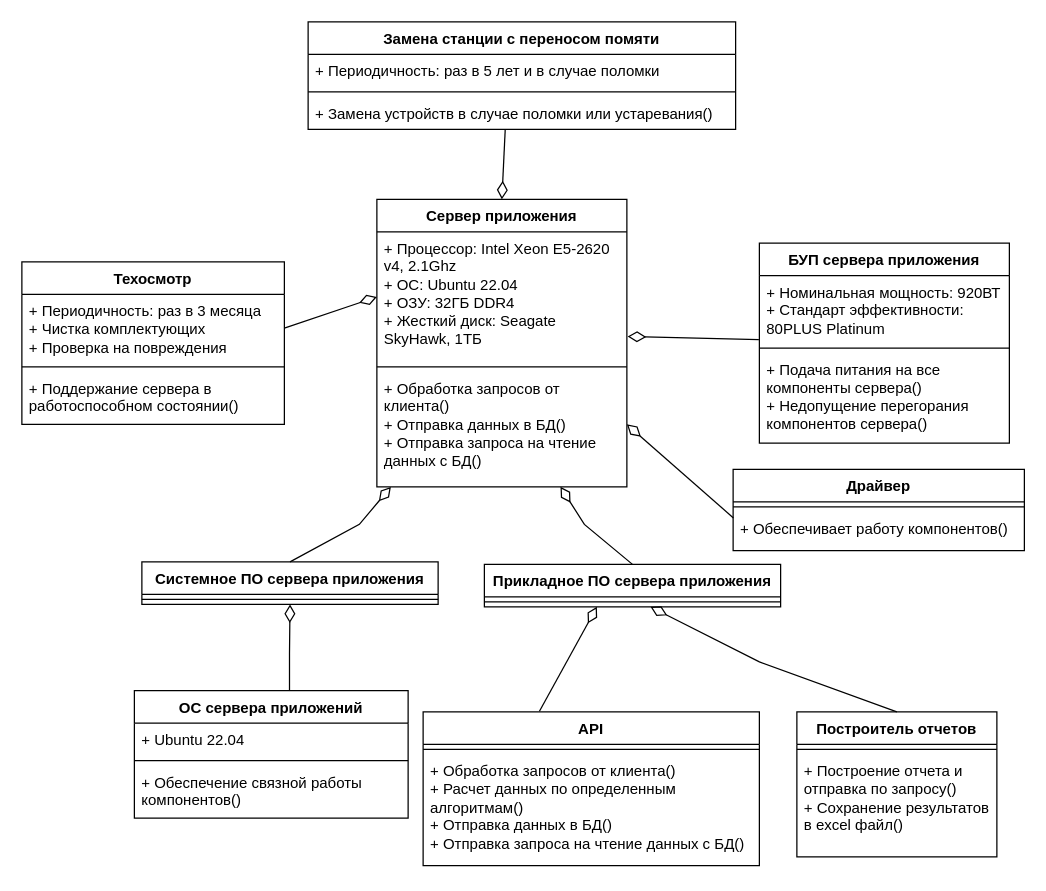
Before: Определение модели НООП "Сервер приложения".drawio in hiff0/db-city-council, a draw.io diagram. Source tidied: cells renumbered, new cells numbered last; positions are measured from the earlier drawing's top-left corner, leaving out a move shared by most shapes. Both pictures are drawn from the tidied source at 125%, with x=0, y=0 at pixel (21, 21).
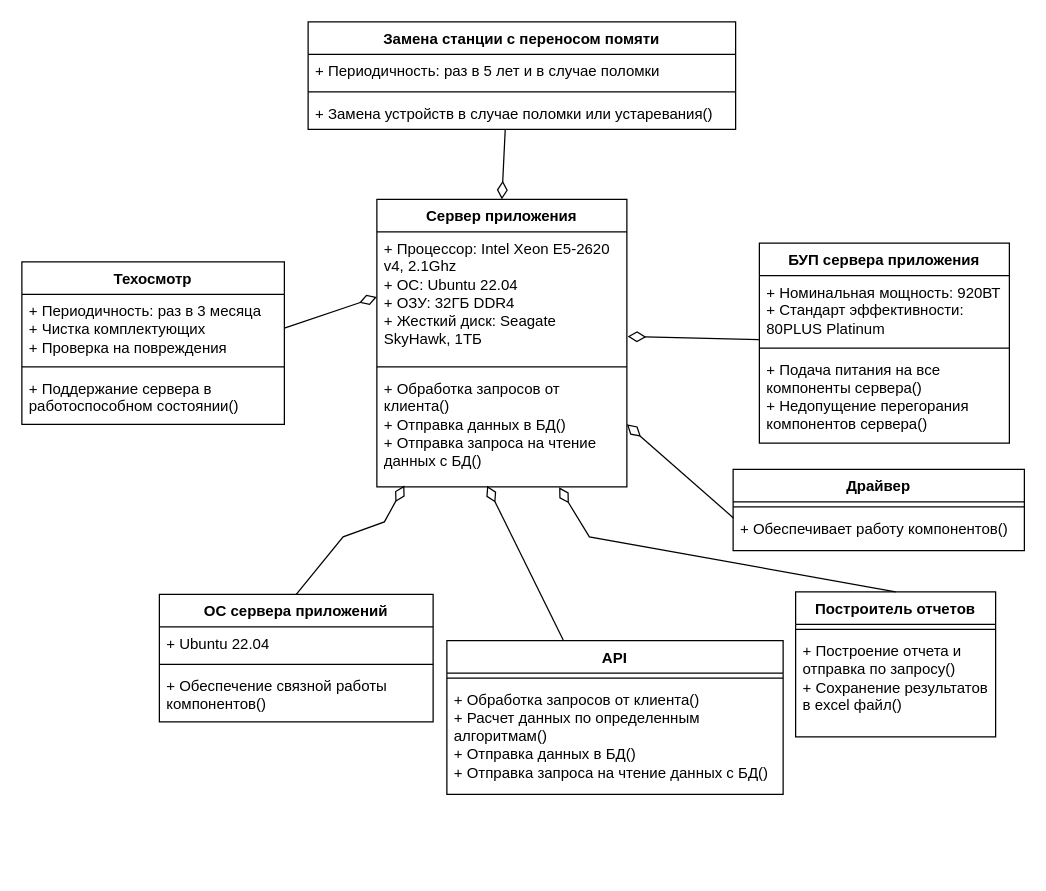
After the change.

The change refers to these unchanged cells:
```xml
<mxCell id="5" value="+ Обработка запросов от клиента()&lt;div&gt;+ Отправка данных в БД()&lt;/div&gt;&lt;div&gt;+ Отправка запроса на чтение данных с БД()&lt;/div&gt;" style="text;strokeColor=none;fillColor=none;align=left;verticalAlign=top;spacingLeft=4;spacingRight=4;overflow=hidden;points=[[0,0.5],[1,0.5]];portConstraint=eastwest;whiteSpace=wrap;html=1;" parent="2" vertex="1">
  <mxGeometry y="138" width="200" height="92" as="geometry" />
</mxCell>
```

Diff of the diagram source:
```diff
@@
-    <mxCell id="6" value="Системное ПО сервера приложения" style="swimlane;fontStyle=1;align=center;verticalAlign=top;horizontal=1;startSize=26;whiteSpace=wrap;html=1;" parent="1" vertex="1">
-      <mxGeometry x="96" y="432" width="237" height="34" as="geometry" />
-    </mxCell>
-    <mxCell id="7" style="line;strokeWidth=1;fillColor=none;align=left;verticalAlign=middle;spacingTop=-1;spacingLeft=3;spacingRight=3;labelPosition=right;strokeColor=inherit;" parent="6" vertex="1">
-      <mxGeometry y="26" width="237" height="8" as="geometry" />
-    </mxCell>
-    <mxCell id="8" value="Прикладное ПО сервера приложения" style="swimlane;fontStyle=1;align=center;verticalAlign=top;horizontal=1;startSize=26;whiteSpace=wrap;html=1;" parent="1" vertex="1">
-      <mxGeometry x="370" y="434" width="237" height="34" as="geometry" />
-    </mxCell>
-    <mxCell id="9" style="line;strokeWidth=1;fillColor=none;align=left;verticalAlign=middle;spacingTop=-1;spacingLeft=3;spacingRight=3;labelPosition=right;strokeColor=inherit;" parent="8" vertex="1">
-      <mxGeometry y="26" width="237" height="8" as="geometry" />
-    </mxCell>
     <mxCell id="10" value="ОС сервера приложений" style="swimlane;fontStyle=1;align=center;verticalAlign=top;horizontal=1;startSize=26;whiteSpace=wrap;html=1;" parent="1" vertex="1">
-      <mxGeometry x="90" y="535" width="219" height="102" as="geometry" />
+      <mxGeometry x="110" y="458" width="219" height="102" as="geometry" />
     </mxCell>
@@
     <mxCell id="14" value="API" style="swimlane;fontStyle=1;align=center;verticalAlign=top;horizontal=1;startSize=26;whiteSpace=wrap;html=1;" parent="1" vertex="1">
-      <mxGeometry x="321" y="552" width="269" height="123" as="geometry" />
+      <mxGeometry x="340" y="495" width="269" height="123" as="geometry" />
     </mxCell>
@@
-    <mxCell id="17" style="endArrow=diamondThin;endFill=0;endSize=12;html=1;rounded=0;entryX=0.5;entryY=1;entryDx=0;entryDy=0;" parent="1" edge="1" target="6">
+    <mxCell id="17" style="endArrow=diamondThin;endFill=0;endSize=12;html=1;rounded=0;entryX=0.11;entryY=0.989;entryDx=0;entryDy=0;entryPerimeter=0;exitX=0.5;exitY=0;exitDx=0;exitDy=0;" parent="1" edge="1" source="10" target="5">
       <mxGeometry relative="1" as="geometry">
-        <mxPoint x="214.1" y="535" as="sourcePoint" />
         <Array as="points">
-          <mxPoint x="214.1" y="505" />
+          <mxPoint x="257" y="412" />
+          <mxPoint x="290" y="400" />
         </Array>
       </mxGeometry>
     </mxCell>
-    <mxCell id="18" style="endArrow=diamondThin;endFill=0;endSize=12;html=1;rounded=0;exitX=0.346;exitY=-0.004;exitDx=0;exitDy=0;exitPerimeter=0;" parent="1" edge="1" source="14">
-      <mxGeometry relative="1" as="geometry">
-        <mxPoint x="460" y="468" as="targetPoint" />
-      </mxGeometry>
+    <mxCell id="18" style="endArrow=diamondThin;endFill=0;endSize=12;html=1;rounded=0;exitX=0.346;exitY=-0.004;exitDx=0;exitDy=0;exitPerimeter=0;entryX=0.441;entryY=0.991;entryDx=0;entryDy=0;entryPerimeter=0;" parent="1" edge="1" source="14" target="5">
+      <mxGeometry relative="1" as="geometry" />
     </mxCell>
     <mxCell id="19" value="Построитель отчетов" style="swimlane;fontStyle=1;align=center;verticalAlign=top;horizontal=1;startSize=26;whiteSpace=wrap;html=1;" parent="1" vertex="1">
-      <mxGeometry x="620" y="552" width="160" height="116" as="geometry" />
+      <mxGeometry x="619" y="456" width="160" height="116" as="geometry" />
     </mxCell>
@@
-    <mxCell id="22" style="endArrow=diamondThin;endFill=0;endSize=12;html=1;rounded=0;entryX=0.5;entryY=1;entryDx=0;entryDy=0;exitX=0.5;exitY=0;exitDx=0;exitDy=0;" parent="1" edge="1" source="19">
+    <mxCell id="22" style="endArrow=diamondThin;endFill=0;endSize=12;html=1;rounded=0;entryX=0.729;entryY=1.004;entryDx=0;entryDy=0;exitX=0.5;exitY=0;exitDx=0;exitDy=0;entryPerimeter=0;" parent="1" edge="1" source="19" target="5">
       <mxGeometry relative="1" as="geometry">
-        <mxPoint x="502.9" y="468" as="targetPoint" />
         <Array as="points">
-          <mxPoint x="590" y="512" />
+          <mxPoint x="454" y="412" />
         </Array>
       </mxGeometry>
     </mxCell>
-    <mxCell id="23" style="endArrow=diamondThin;endFill=0;endSize=12;html=1;rounded=0;entryX=0.056;entryY=1;entryDx=0;entryDy=0;entryPerimeter=0;exitX=0.5;exitY=0;exitDx=0;exitDy=0;" parent="1" edge="1" source="6" target="5">
-      <mxGeometry relative="1" as="geometry">
-        <Array as="points">
-          <mxPoint x="270" y="402" />
-        </Array>
-      </mxGeometry>
-    </mxCell>
-    <mxCell id="24" style="endArrow=diamondThin;endFill=0;endSize=12;html=1;rounded=0;entryX=0.5;entryY=1;entryDx=0;entryDy=0;exitX=0.5;exitY=0;exitDx=0;exitDy=0;" parent="1" edge="1" source="8">
-      <mxGeometry relative="1" as="geometry">
-        <mxPoint x="430.9" y="372" as="targetPoint" />
-        <Array as="points">
-          <mxPoint x="450" y="402" />
-        </Array>
-      </mxGeometry>
-    </mxCell>
```
